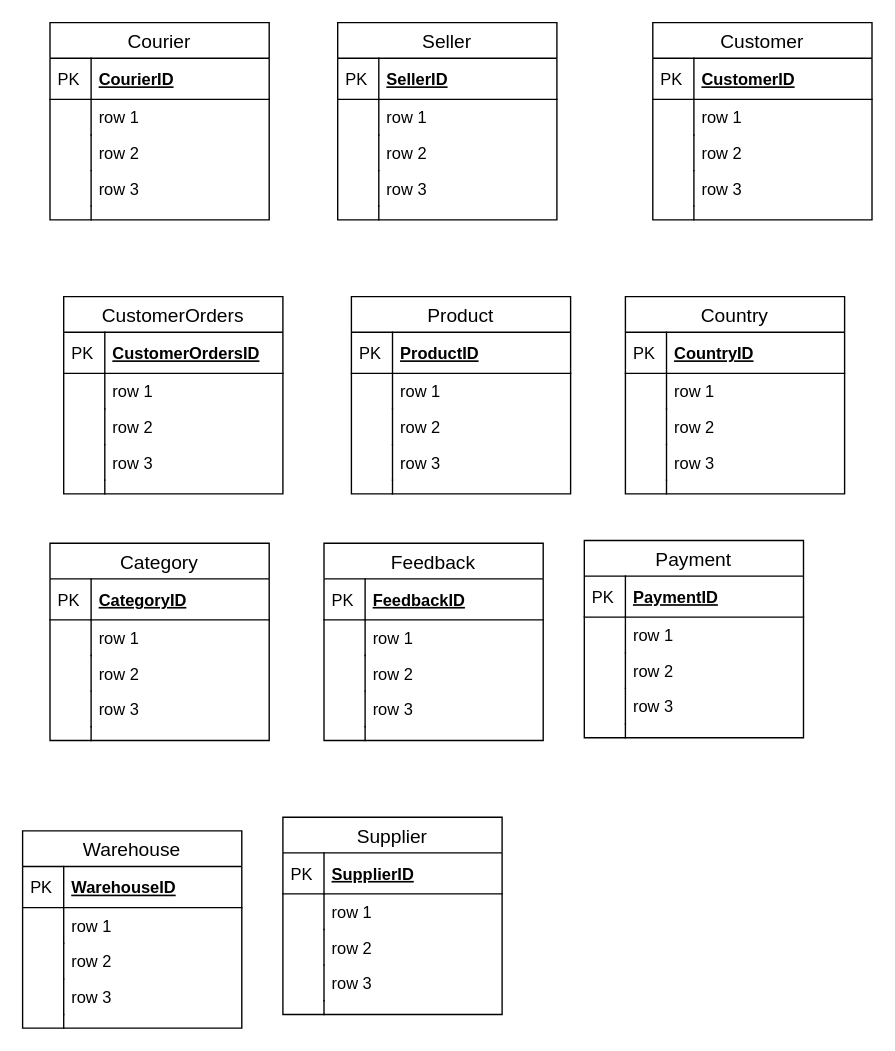
Before: FDMDistinctionTask.drawio in LastMinuteBanter/DistinctionTaskUML, a draw.io diagram. Source tidied: cells renumbered, new cells numbered last; positions are measured from the earlier drawing's top-left corner, leaving out a move shared by most shapes. Both pictures are drawn from the tidied source at 137%, with x=0, y=0 at pixel (22, 22).
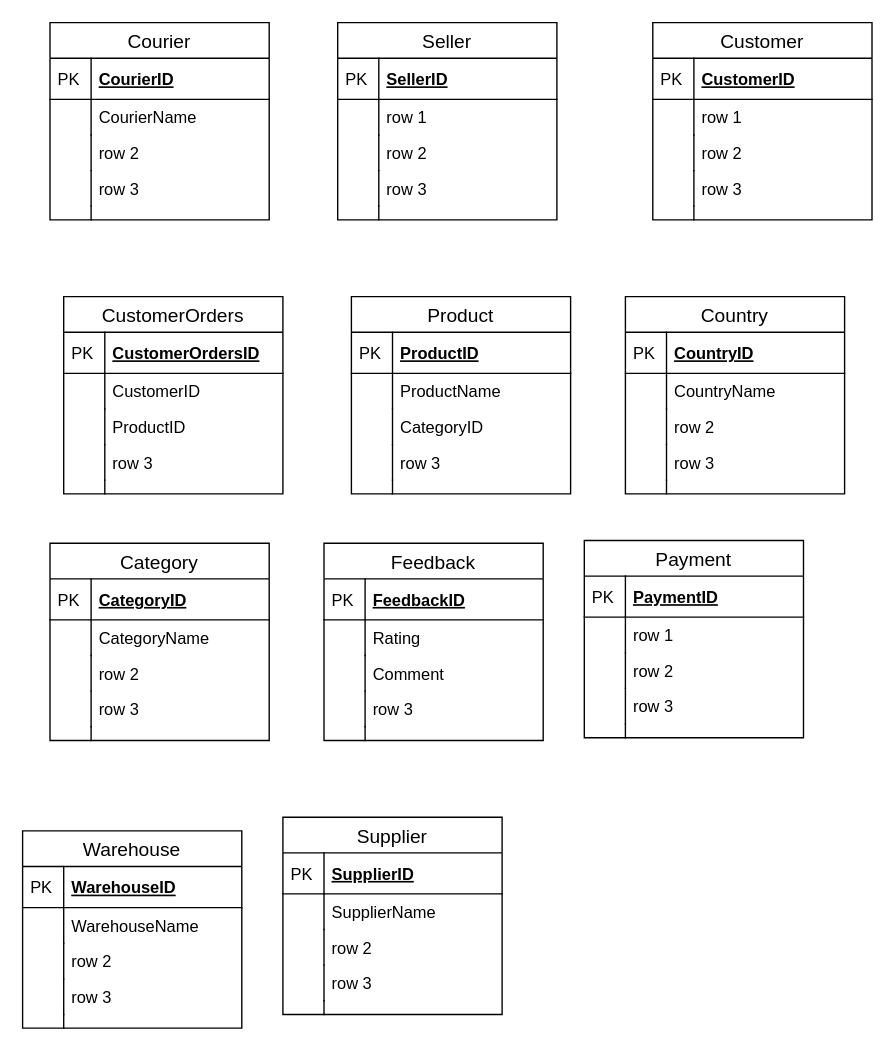
The same page after the edit.

The change refers to these unchanged cells:
```xml
<mxCell id="2" value="Courier" style="swimlane;fontStyle=0;horizontal=1;startSize=26;align=center;fontSize=14;" parent="1" vertex="1">
  <mxGeometry x="20" width="160" height="144" as="geometry" />
</mxCell>
<mxCell id="35" value="CustomerOrders" style="swimlane;fontStyle=0;horizontal=1;startSize=26;align=center;fontSize=14;" parent="1" vertex="1">
  <mxGeometry x="30" y="200" width="160" height="144" as="geometry" />
</mxCell>
<mxCell id="46" value="Product" style="swimlane;fontStyle=0;horizontal=1;startSize=26;align=center;fontSize=14;" parent="1" vertex="1">
  <mxGeometry x="240" y="200" width="160" height="144" as="geometry" />
</mxCell>
<mxCell id="57" value="Country" style="swimlane;fontStyle=0;horizontal=1;startSize=26;align=center;fontSize=14;" parent="1" vertex="1">
  <mxGeometry x="440" y="200" width="160" height="144" as="geometry" />
</mxCell>
<mxCell id="68" value="Category" style="swimlane;fontStyle=0;horizontal=1;startSize=26;align=center;fontSize=14;" parent="1" vertex="1">
  <mxGeometry x="20" y="380" width="160" height="144" as="geometry" />
</mxCell>
<mxCell id="79" value="Feedback" style="swimlane;fontStyle=0;horizontal=1;startSize=26;align=center;fontSize=14;" parent="1" vertex="1">
  <mxGeometry x="220" y="380" width="160" height="144" as="geometry" />
</mxCell>
<mxCell id="101" value="Warehouse" style="swimlane;fontStyle=0;horizontal=1;startSize=26;align=center;fontSize=14;" parent="1" vertex="1">
  <mxGeometry y="590" width="160" height="144" as="geometry" />
</mxCell>
<mxCell id="112" value="Supplier" style="swimlane;fontStyle=0;horizontal=1;startSize=26;align=center;fontSize=14;" parent="1" vertex="1">
  <mxGeometry x="190" y="580" width="160" height="144" as="geometry" />
</mxCell>
```

Diff of the diagram source:
```diff
@@
-    <mxCell id="5" value="row 1" style="shape=partialRectangle;top=0;left=0;right=0;bottom=0;align=left;verticalAlign=top;fillColor=none;spacingLeft=34;spacingRight=4;overflow=hidden;fontSize=12;" parent="2" vertex="1">
+    <mxCell id="5" value="CourierName" style="shape=partialRectangle;top=0;left=0;right=0;bottom=0;align=left;verticalAlign=top;fillColor=none;spacingLeft=34;spacingRight=4;overflow=hidden;fontSize=12;" parent="2" vertex="1">
       <mxGeometry y="56" width="160" height="26" as="geometry" />
     </mxCell>
@@
-    <mxCell id="38" value="row 1" style="shape=partialRectangle;top=0;left=0;right=0;bottom=0;align=left;verticalAlign=top;fillColor=none;spacingLeft=34;spacingRight=4;overflow=hidden;fontSize=12;" parent="35" vertex="1">
+    <mxCell id="38" value="CustomerID" style="shape=partialRectangle;top=0;left=0;right=0;bottom=0;align=left;verticalAlign=top;fillColor=none;spacingLeft=34;spacingRight=4;overflow=hidden;fontSize=12;" parent="35" vertex="1">
       <mxGeometry y="56" width="160" height="26" as="geometry" />
     </mxCell>
@@
-    <mxCell id="40" value="row 2" style="shape=partialRectangle;top=0;left=0;right=0;bottom=0;align=left;verticalAlign=top;fillColor=none;spacingLeft=34;spacingRight=4;overflow=hidden;fontSize=12;" parent="35" vertex="1">
+    <mxCell id="40" value="ProductID" style="shape=partialRectangle;top=0;left=0;right=0;bottom=0;align=left;verticalAlign=top;fillColor=none;spacingLeft=34;spacingRight=4;overflow=hidden;fontSize=12;" parent="35" vertex="1">
       <mxGeometry y="82" width="160" height="26" as="geometry" />
     </mxCell>
@@
-    <mxCell id="49" value="row 1" style="shape=partialRectangle;top=0;left=0;right=0;bottom=0;align=left;verticalAlign=top;fillColor=none;spacingLeft=34;spacingRight=4;overflow=hidden;fontSize=12;" parent="46" vertex="1">
+    <mxCell id="49" value="ProductName" style="shape=partialRectangle;top=0;left=0;right=0;bottom=0;align=left;verticalAlign=top;fillColor=none;spacingLeft=34;spacingRight=4;overflow=hidden;fontSize=12;" parent="46" vertex="1">
       <mxGeometry y="56" width="160" height="26" as="geometry" />
     </mxCell>
@@
-    <mxCell id="51" value="row 2" style="shape=partialRectangle;top=0;left=0;right=0;bottom=0;align=left;verticalAlign=top;fillColor=none;spacingLeft=34;spacingRight=4;overflow=hidden;fontSize=12;" parent="46" vertex="1">
+    <mxCell id="51" value="CategoryID" style="shape=partialRectangle;top=0;left=0;right=0;bottom=0;align=left;verticalAlign=top;fillColor=none;spacingLeft=34;spacingRight=4;overflow=hidden;fontSize=12;" parent="46" vertex="1">
       <mxGeometry y="82" width="160" height="26" as="geometry" />
     </mxCell>
@@
-    <mxCell id="60" value="row 1" style="shape=partialRectangle;top=0;left=0;right=0;bottom=0;align=left;verticalAlign=top;fillColor=none;spacingLeft=34;spacingRight=4;overflow=hidden;fontSize=12;" parent="57" vertex="1">
+    <mxCell id="60" value="CountryName" style="shape=partialRectangle;top=0;left=0;right=0;bottom=0;align=left;verticalAlign=top;fillColor=none;spacingLeft=34;spacingRight=4;overflow=hidden;fontSize=12;" parent="57" vertex="1">
       <mxGeometry y="56" width="160" height="26" as="geometry" />
     </mxCell>
@@
-    <mxCell id="71" value="row 1" style="shape=partialRectangle;top=0;left=0;right=0;bottom=0;align=left;verticalAlign=top;fillColor=none;spacingLeft=34;spacingRight=4;overflow=hidden;fontSize=12;" parent="68" vertex="1">
+    <mxCell id="71" value="CategoryName" style="shape=partialRectangle;top=0;left=0;right=0;bottom=0;align=left;verticalAlign=top;fillColor=none;spacingLeft=34;spacingRight=4;overflow=hidden;fontSize=12;" parent="68" vertex="1">
       <mxGeometry y="56" width="160" height="26" as="geometry" />
     </mxCell>
@@
-    <mxCell id="82" value="row 1" style="shape=partialRectangle;top=0;left=0;right=0;bottom=0;align=left;verticalAlign=top;fillColor=none;spacingLeft=34;spacingRight=4;overflow=hidden;fontSize=12;" parent="79" vertex="1">
+    <mxCell id="82" value="Rating" style="shape=partialRectangle;top=0;left=0;right=0;bottom=0;align=left;verticalAlign=top;fillColor=none;spacingLeft=34;spacingRight=4;overflow=hidden;fontSize=12;" parent="79" vertex="1">
       <mxGeometry y="56" width="160" height="26" as="geometry" />
     </mxCell>
@@
-    <mxCell id="84" value="row 2" style="shape=partialRectangle;top=0;left=0;right=0;bottom=0;align=left;verticalAlign=top;fillColor=none;spacingLeft=34;spacingRight=4;overflow=hidden;fontSize=12;" parent="79" vertex="1">
+    <mxCell id="84" value="Comment" style="shape=partialRectangle;top=0;left=0;right=0;bottom=0;align=left;verticalAlign=top;fillColor=none;spacingLeft=34;spacingRight=4;overflow=hidden;fontSize=12;" parent="79" vertex="1">
       <mxGeometry y="82" width="160" height="26" as="geometry" />
     </mxCell>
@@
-    <mxCell id="104" value="row 1" style="shape=partialRectangle;top=0;left=0;right=0;bottom=0;align=left;verticalAlign=top;fillColor=none;spacingLeft=34;spacingRight=4;overflow=hidden;fontSize=12;" parent="101" vertex="1">
+    <mxCell id="104" value="WarehouseName" style="shape=partialRectangle;top=0;left=0;right=0;bottom=0;align=left;verticalAlign=top;fillColor=none;spacingLeft=34;spacingRight=4;overflow=hidden;fontSize=12;" parent="101" vertex="1">
       <mxGeometry y="56" width="160" height="26" as="geometry" />
     </mxCell>
@@
-    <mxCell id="115" value="row 1" style="shape=partialRectangle;top=0;left=0;right=0;bottom=0;align=left;verticalAlign=top;fillColor=none;spacingLeft=34;spacingRight=4;overflow=hidden;fontSize=12;" parent="112" vertex="1">
+    <mxCell id="115" value="SupplierName" style="shape=partialRectangle;top=0;left=0;right=0;bottom=0;align=left;verticalAlign=top;fillColor=none;spacingLeft=34;spacingRight=4;overflow=hidden;fontSize=12;" parent="112" vertex="1">
       <mxGeometry y="56" width="160" height="26" as="geometry" />
     </mxCell>
```
